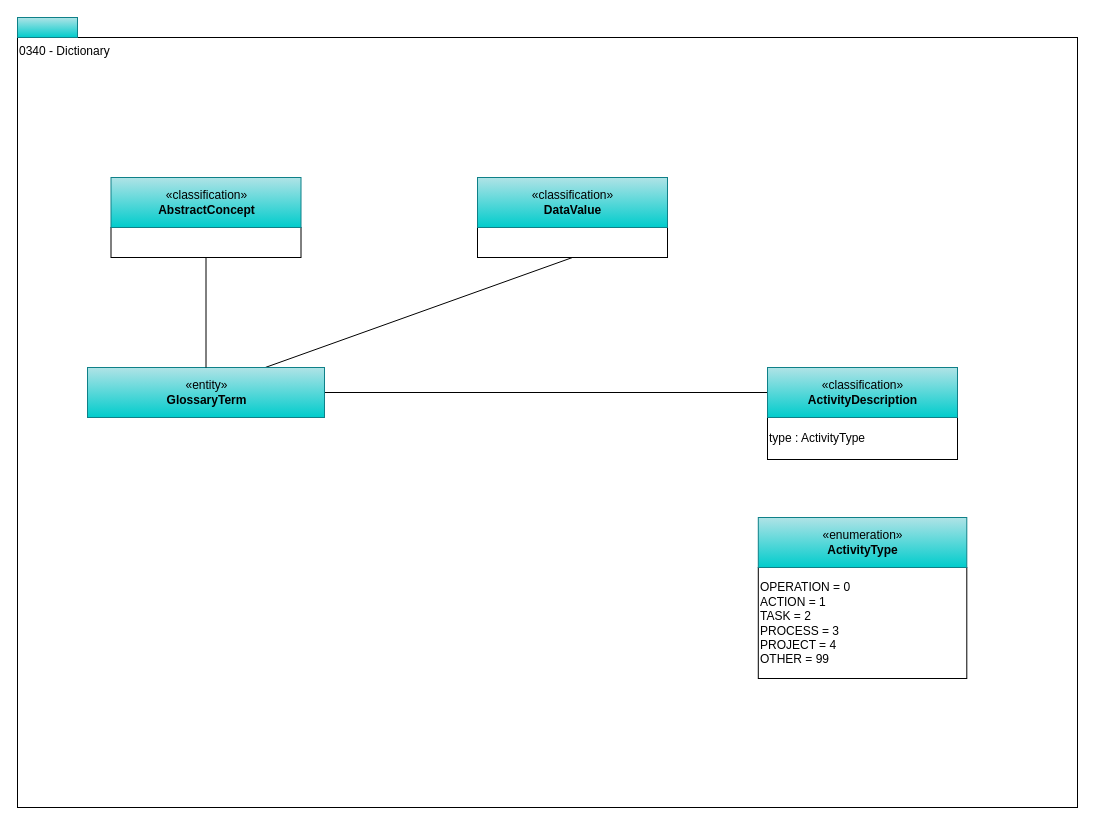
Above: page "0340-Dictionary" (6 of 14) of site/docs/types/3/area-3-glossary.drawio in odpi/egeria-docs (draw.io), before the change. Source tidied: cells renumbered, new cells numbered last; positions are measured from the earlier drawing's top-left corner, leaving out a move shared by most shapes. Both pictures are drawn from the tidied source at 100%, with x=0, y=0 at pixel (17, 17).
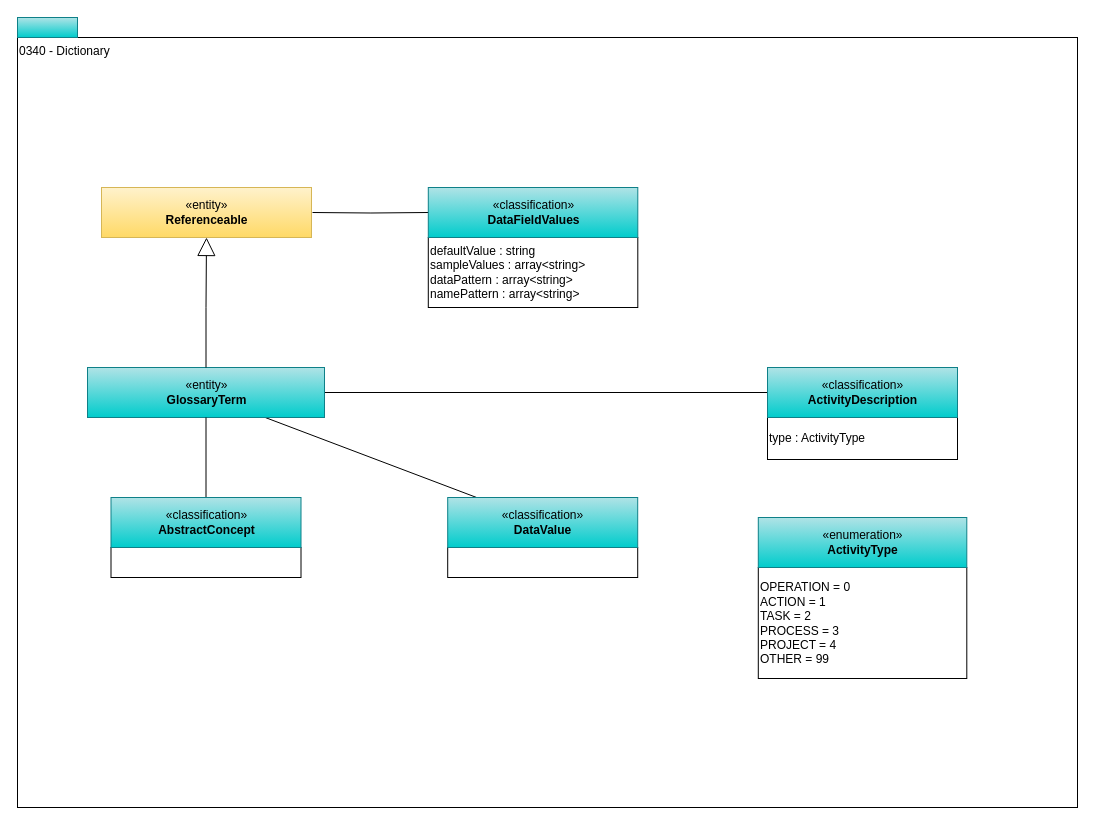
After the change.

The change refers to these unchanged cells:
```xml
<mxCell id="8" value="«entity»&lt;br&gt;&lt;b&gt;GlossaryTerm&lt;/b&gt;" style="html=1;strokeColor=#0e8088;align=center;fillColor=#b0e3e6;gradientColor=#00CCCC;" parent="1" vertex="1">
  <mxGeometry x="70" y="350" width="237" height="50" as="geometry" />
</mxCell>
```

Change to the diagram source:
```diff
@@
-    <mxCell id="7" style="rounded=0;jettySize=auto;html=1;exitX=0.75;exitY=0;exitDx=0;exitDy=0;entryX=0.5;entryY=1;entryDx=0;entryDy=0;endArrow=none;endFill=0;" parent="1" edge="1" source="8" target="11">
+    <mxCell id="7" style="rounded=0;jettySize=auto;html=1;exitX=0.75;exitY=1;exitDx=0;exitDy=0;endArrow=none;endFill=0;" parent="1" edge="1" source="8" target="12">
       <mxGeometry relative="1" as="geometry" />
     </mxCell>
@@
     <mxCell id="11" value="&lt;br&gt;&lt;div style=&quot;text-align: left&quot;&gt;&lt;/div&gt;" style="rounded=0;whiteSpace=wrap;html=1;strokeColor=#000000;gradientColor=#ffffff;align=left;" parent="1" vertex="1">
-      <mxGeometry x="460" y="210" width="190" height="30" as="geometry" />
+      <mxGeometry x="430.2" y="530" width="190" height="30" as="geometry" />
     </mxCell>
     <mxCell id="12" value="«classification»&lt;br&gt;&lt;b&gt;DataValue&lt;/b&gt;" style="html=1;strokeColor=#0e8088;align=center;fillColor=#b0e3e6;gradientColor=#00CCCC;" parent="1" vertex="1">
-      <mxGeometry x="460" y="160" width="190" height="50" as="geometry" />
+      <mxGeometry x="430.2" y="480" width="190" height="50" as="geometry" />
     </mxCell>
-    <mxCell id="13" style="edgeStyle=orthogonalEdgeStyle;rounded=0;jettySize=auto;html=1;exitX=0.5;exitY=1;exitDx=0;exitDy=0;entryX=0.5;entryY=0;entryDx=0;entryDy=0;endArrow=none;endFill=0;" parent="1" edge="1" source="14" target="8">
+    <mxCell id="13" style="edgeStyle=orthogonalEdgeStyle;rounded=0;jettySize=auto;html=1;exitX=0.5;exitY=0;exitDx=0;exitDy=0;entryX=0.5;entryY=1;entryDx=0;entryDy=0;endArrow=none;endFill=0;" parent="1" edge="1" source="15" target="8">
       <mxGeometry relative="1" as="geometry" />
     </mxCell>
     <mxCell id="14" value="&lt;br&gt;&lt;div style=&quot;text-align: left&quot;&gt;&lt;/div&gt;" style="rounded=0;whiteSpace=wrap;html=1;strokeColor=#000000;gradientColor=#ffffff;align=left;" parent="1" vertex="1">
-      <mxGeometry x="93.5" y="210" width="190" height="30" as="geometry" />
+      <mxGeometry x="93.5" y="530" width="190" height="30" as="geometry" />
     </mxCell>
     <mxCell id="15" value="«classification»&lt;br&gt;&lt;b&gt;AbstractConcept&lt;/b&gt;" style="html=1;strokeColor=#0e8088;align=center;fillColor=#b0e3e6;gradientColor=#00CCCC;" parent="1" vertex="1">
-      <mxGeometry x="93.5" y="160" width="190" height="50" as="geometry" />
+      <mxGeometry x="93.5" y="480" width="190" height="50" as="geometry" />
     </mxCell>
+    <mxCell id="16" style="edgeStyle=orthogonalEdgeStyle;rounded=0;jettySize=auto;html=1;exitX=0.5;exitY=0;exitDx=0;exitDy=0;entryX=0.5;entryY=1;entryDx=0;entryDy=0;endArrow=block;endFill=0;endSize=16;" parent="1" edge="1" source="8" target="17">
+      <mxGeometry relative="1" as="geometry" />
+    </mxCell>
+    <mxCell id="17" value="«entity»&lt;br&gt;&lt;b&gt;Referenceable&lt;/b&gt;" style="html=1;strokeColor=#d6b656;align=center;fillColor=#fff2cc;gradientColor=#ffd966;" parent="1" vertex="1">
+      <mxGeometry x="84" y="170" width="210" height="50" as="geometry" />
+    </mxCell>
+    <mxCell id="18" style="edgeStyle=orthogonalEdgeStyle;rounded=0;jettySize=auto;html=1;exitX=1;exitY=0.5;exitDx=0;exitDy=0;endArrow=none;endFill=0;" parent="1" edge="1" target="20">
+      <mxGeometry relative="1" as="geometry">
+        <mxPoint x="295" y="195" as="sourcePoint" />
+      </mxGeometry>
+    </mxCell>
+    <mxCell id="19" value="defaultValue : string&lt;br&gt;sampleValues : array&amp;lt;string&amp;gt;&lt;br&gt;dataPattern : array&amp;lt;string&amp;gt;&lt;br&gt;namePattern : array&amp;lt;string&amp;gt;" style="rounded=0;whiteSpace=wrap;html=1;strokeColor=#000000;gradientColor=#ffffff;align=left;" parent="1" vertex="1">
+      <mxGeometry x="410.8" y="220" width="209.5" height="70" as="geometry" />
+    </mxCell>
+    <mxCell id="20" value="«classification»&lt;br&gt;&lt;b&gt;DataFieldValues&lt;/b&gt;" style="html=1;strokeColor=#0e8088;align=center;fillColor=#b0e3e6;gradientColor=#00CCCC;" parent="1" vertex="1">
+      <mxGeometry x="410.8" y="170" width="209.5" height="50" as="geometry" />
+    </mxCell>
```
